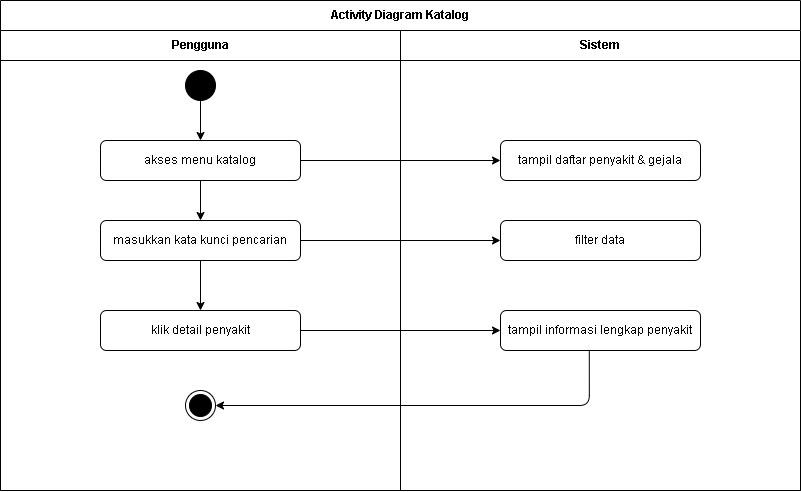
Earlier version of the draw.io export diagram/Activity/user_katalog.png (Jinsky/Jinsky). Source tidied: cells renumbered, new cells last; positions are measured from the earlier drawing's top-left corner, leaving out a move shared by most shapes.
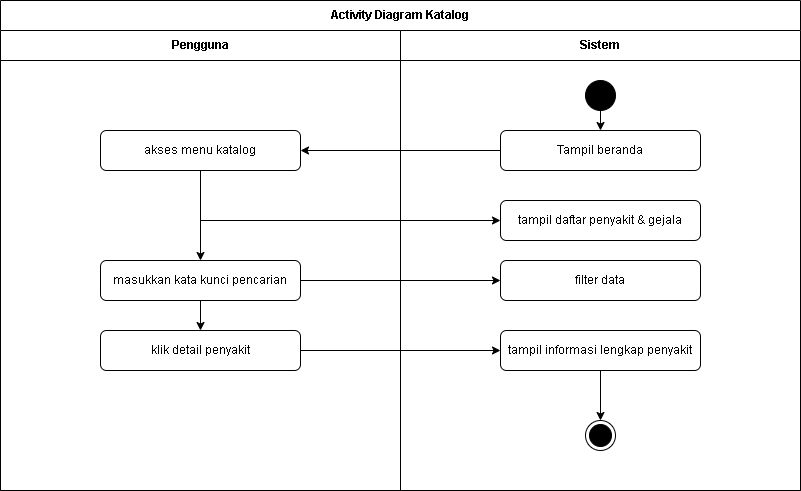
Above is the later version.

Diff of the diagram source:
```diff
@@ -8,47 +8,57 @@
     <mxCell id="3" value="Pengguna" style="swimlane;html=1;startSize=30;whiteSpace=wrap;" parent="2" vertex="1">
       <mxGeometry y="30" width="400" height="460" as="geometry" />
     </mxCell>
-    <mxCell id="4" style="ellipse;whiteSpace=wrap;html=1;fillColor=#000000;" parent="3" vertex="1">
-      <mxGeometry x="185" y="40" width="30" height="30" as="geometry" />
-    </mxCell>
     <mxCell id="5" style="edgeStyle=none;html=1;" parent="3" edge="1" source="6" target="8">
       <mxGeometry relative="1" as="geometry" />
     </mxCell>
     <mxCell id="6" value="akses menu katalog" style="rounded=1;whiteSpace=wrap;html=1;" parent="3" vertex="1">
-      <mxGeometry x="100" y="110" width="200" height="40" as="geometry" />
+      <mxGeometry x="100" y="100" width="200" height="40" as="geometry" />
     </mxCell>
     <mxCell id="7" style="edgeStyle=none;html=1;" parent="3" edge="1" source="8" target="9">
       <mxGeometry relative="1" as="geometry" />
     </mxCell>
     <mxCell id="8" value="masukkan kata kunci pencarian" style="rounded=1;whiteSpace=wrap;html=1;" parent="3" vertex="1">
-      <mxGeometry x="100" y="190" width="200" height="40" as="geometry" />
+      <mxGeometry x="100" y="230" width="200" height="40" as="geometry" />
     </mxCell>
     <mxCell id="9" value="klik detail penyakit" style="rounded=1;whiteSpace=wrap;html=1;" parent="3" vertex="1">
-      <mxGeometry x="100" y="280" width="200" height="40" as="geometry" />
+      <mxGeometry x="100" y="300" width="200" height="40" as="geometry" />
     </mxCell>
-    <mxCell id="10" style="ellipse;html=1;shape=endState;fillColor=#000000;strokeColor=#000000;" parent="3" vertex="1">
-      <mxGeometry x="185" y="360" width="30" height="30" as="geometry" />
-    </mxCell>
     <mxCell id="11" value="Sistem" style="swimlane;html=1;startSize=30;whiteSpace=wrap;" parent="2" vertex="1">
       <mxGeometry x="400" y="30" width="400" height="460" as="geometry" />
     </mxCell>
     <mxCell id="12" value="tampil daftar penyakit &amp; gejala" style="rounded=1;whiteSpace=wrap;html=1;" parent="11" vertex="1">
-      <mxGeometry x="100" y="110" width="200" height="40" as="geometry" />
+      <mxGeometry x="100" y="170" width="200" height="40" as="geometry" />
     </mxCell>
     <mxCell id="13" value="filter data" style="rounded=1;whiteSpace=wrap;html=1;" parent="11" vertex="1">
-      <mxGeometry x="100" y="190" width="200" height="40" as="geometry" />
+      <mxGeometry x="100" y="230" width="200" height="40" as="geometry" />
     </mxCell>
+    <mxCell id="15" style="edgeStyle=none;html=1;" parent="11" edge="1" source="14" target="10">
+      <mxGeometry relative="1" as="geometry" />
+    </mxCell>
     <mxCell id="14" value="tampil informasi lengkap penyakit" style="rounded=1;whiteSpace=wrap;html=1;" parent="11" vertex="1">
-      <mxGeometry x="100" y="280" width="200" height="40" as="geometry" />
+      <mxGeometry x="100" y="300" width="200" height="40" as="geometry" />
     </mxCell>
-    <mxCell id="15" style="edgeStyle=orthogonalEdgeStyle;html=1;entryX=1;entryY=0.5;entryDx=0;entryDy=0;exitX=0.444;exitY=1.02;exitDx=0;exitDy=0;exitPerimeter=0;" parent="2" edge="1" source="14" target="10">
-      <mxGeometry relative="1" as="geometry" />
-    </mxCell>
-    <mxCell id="16" style="edgeStyle=orthogonalEdgeStyle;rounded=0;jettySize=auto;html=1;" parent="1" edge="1" source="4" target="6">
-      <mxGeometry relative="1" as="geometry" />
-    </mxCell>
+    <mxCell id="10" style="ellipse;html=1;shape=endState;fillColor=#000000;strokeColor=#000000;" parent="11" vertex="1">
+      <mxGeometry x="185" y="390" width="30" height="30" as="geometry" />
+    </mxCell>
+    <mxCell id="20" style="edgeStyle=none;html=1;" parent="11" edge="1" source="4" target="21">
+      <mxGeometry relative="1" as="geometry" />
+    </mxCell>
+    <mxCell id="4" style="ellipse;whiteSpace=wrap;html=1;fillColor=#000000;" parent="11" vertex="1">
+      <mxGeometry x="185" y="50" width="30" height="30" as="geometry" />
+    </mxCell>
+    <mxCell id="21" value="Tampil beranda" style="rounded=1;whiteSpace=wrap;html=1;" parent="11" vertex="1">
+      <mxGeometry x="100" y="100" width="200" height="40" as="geometry" />
+    </mxCell>
+    <mxCell id="22" style="edgeStyle=none;html=1;entryX=1;entryY=0.5;entryDx=0;entryDy=0;" parent="2" edge="1" source="21" target="6">
+      <mxGeometry relative="1" as="geometry" />
+    </mxCell>
-    <mxCell id="17" style="edgeStyle=orthogonalEdgeStyle;rounded=0;jettySize=auto;html=1;" parent="1" edge="1" source="6" target="12">
-      <mxGeometry relative="1" as="geometry" />
+    <mxCell id="17" style="edgeStyle=orthogonalEdgeStyle;rounded=0;jettySize=auto;html=1;entryX=0;entryY=0.5;entryDx=0;entryDy=0;" parent="1" edge="1" source="6" target="12">
+      <mxGeometry relative="1" as="geometry">
+        <Array as="points">
+          <mxPoint x="200" y="220" />
+        </Array>
+      </mxGeometry>
     </mxCell>
     <mxCell id="18" style="edgeStyle=orthogonalEdgeStyle;rounded=0;jettySize=auto;html=1;" parent="1" edge="1" source="8" target="13">
       <mxGeometry relative="1" as="geometry" />
```
